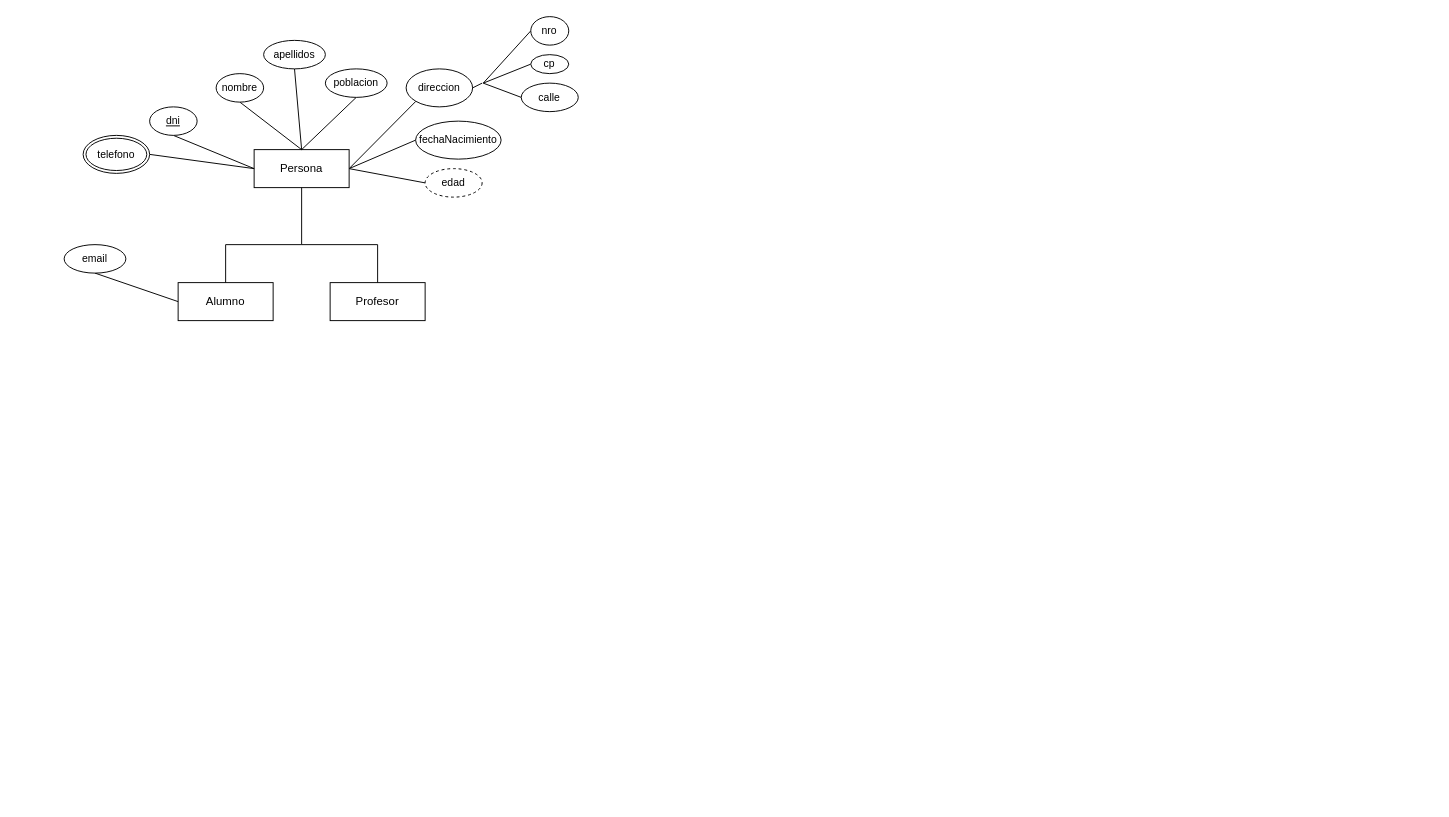
This is BaseDeDatos/practicarparcial1.drawio from Donnie-MS/DiagramasUML-BaseDeDatos-Objetos2, a draw.io file, before an edit. Source tidied: cells renumbered, new cells numbered last; positions are measured from the earlier drawing's top-left corner, leaving out a move shared by most shapes. Both pictures are drawn from the tidied source at 95%, with x=0, y=0 at pixel (64, 16).
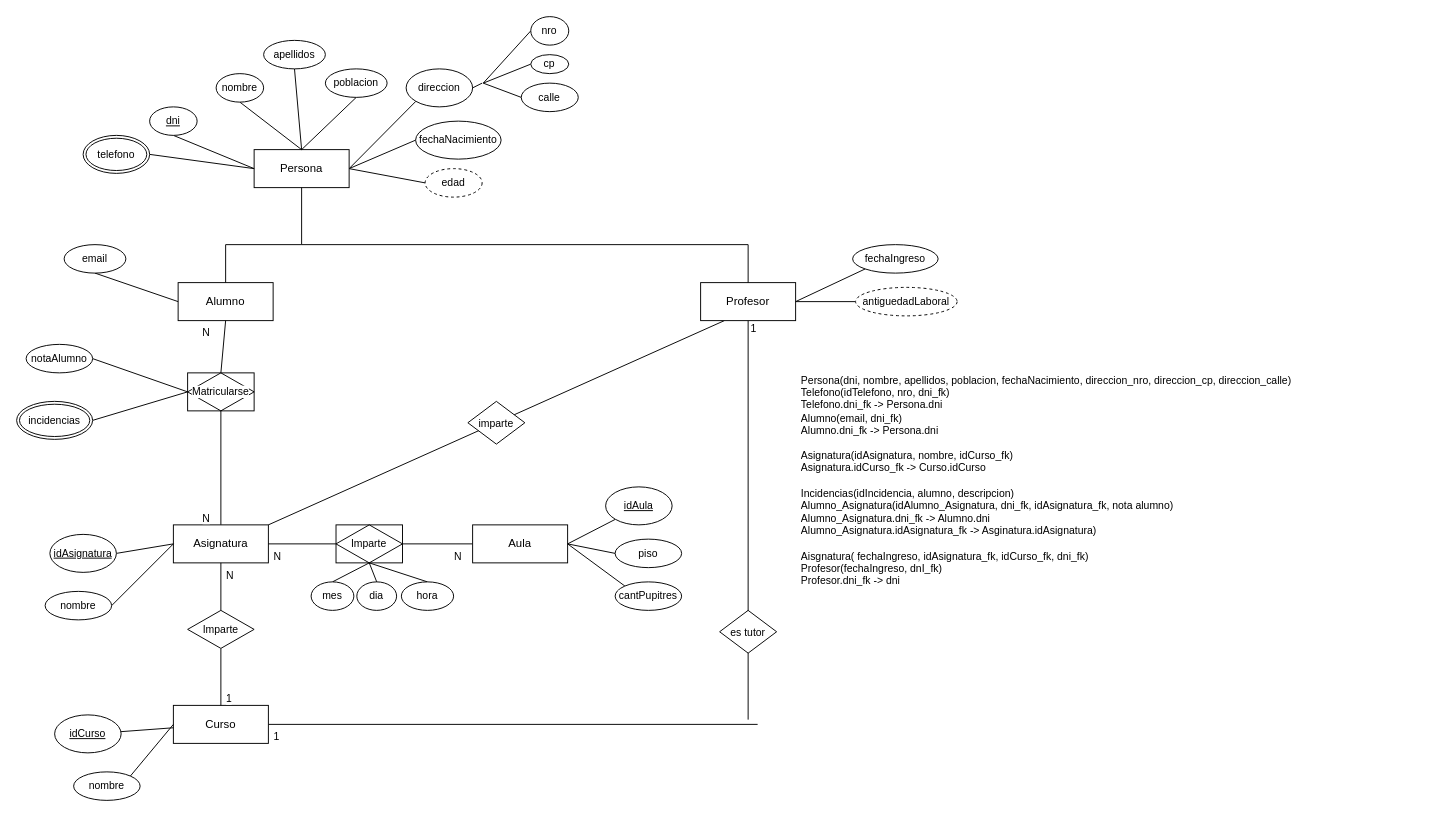
The same page after the edit.

Unchanged cells that the change refers to:
```xml
<mxCell id="2" value="Alumno" style="whiteSpace=wrap;html=1;align=center;" parent="1" vertex="1">
  <mxGeometry x="120" y="280" width="100" height="40" as="geometry" />
</mxCell>
```

Change to the diagram source:
```diff
@@
+    <mxCell id="33" style="edgeStyle=none;shape=connector;rounded=0;jettySize=auto;html=1;exitX=0.5;exitY=1;exitDx=0;exitDy=0;entryX=0.5;entryY=0;entryDx=0;entryDy=0;strokeColor=default;align=center;verticalAlign=middle;fontFamily=Helvetica;fontSize=11;fontColor=default;labelBackgroundColor=default;endArrow=none;" parent="1" edge="1" source="45" target="41">
+      <mxGeometry relative="1" as="geometry" />
+    </mxCell>
@@
+    <mxCell id="34" style="edgeStyle=none;shape=connector;rounded=0;jettySize=auto;html=1;exitX=1;exitY=0.5;exitDx=0;exitDy=0;entryX=0;entryY=0.5;entryDx=0;entryDy=0;strokeColor=default;align=center;verticalAlign=middle;fontFamily=Helvetica;fontSize=11;fontColor=default;labelBackgroundColor=default;endArrow=none;" parent="1" edge="1" source="3" target="38">
+      <mxGeometry relative="1" as="geometry" />
+    </mxCell>
+    <mxCell id="35" style="edgeStyle=none;shape=connector;rounded=0;jettySize=auto;html=1;exitX=0.5;exitY=1;exitDx=0;exitDy=0;strokeColor=default;align=center;verticalAlign=middle;fontFamily=Helvetica;fontSize=11;fontColor=default;labelBackgroundColor=default;endArrow=none;" parent="1" edge="1" source="3">
+      <mxGeometry relative="1" as="geometry">
+        <mxPoint x="720" y="740" as="targetPoint" />
+      </mxGeometry>
+    </mxCell>
+    <mxCell id="36" style="edgeStyle=none;shape=connector;rounded=0;jettySize=auto;html=1;exitX=0.25;exitY=1;exitDx=0;exitDy=0;strokeColor=default;align=center;verticalAlign=middle;fontFamily=Helvetica;fontSize=11;fontColor=default;labelBackgroundColor=default;endArrow=none;entryX=1;entryY=0;entryDx=0;entryDy=0;" parent="1" edge="1" source="3" target="41">
+      <mxGeometry relative="1" as="geometry" />
+    </mxCell>
     <mxCell id="3" value="Profesor" style="whiteSpace=wrap;html=1;align=center;" parent="1" vertex="1">
-      <mxGeometry x="280" y="280" width="100" height="40" as="geometry" />
+      <mxGeometry x="670" y="280" width="100" height="40" as="geometry" />
     </mxCell>
@@
     <mxCell id="9" style="endArrow=none;html=1;rounded=0;strokeColor=default;align=center;verticalAlign=middle;fontFamily=Helvetica;fontSize=11;fontColor=default;labelBackgroundColor=default;exitX=0.5;exitY=0;exitDx=0;exitDy=0;entryX=0.5;entryY=0;entryDx=0;entryDy=0;" parent="1" edge="1" source="2" target="3">
       <mxGeometry relative="1" as="geometry">
         <Array as="points">
           <mxPoint x="170" y="240" />
           <mxPoint x="250" y="240" />
-          <mxPoint x="330" y="240" />
+          <mxPoint x="720" y="240" />
         </Array>
       </mxGeometry>
     </mxCell>
@@
+    <mxCell id="37" value="fechaIngreso" style="ellipse;whiteSpace=wrap;html=1;align=center;fontFamily=Helvetica;fontSize=11;fontColor=default;labelBackgroundColor=default;" parent="1" vertex="1">
+      <mxGeometry x="830" y="240" width="90" height="30" as="geometry" />
+    </mxCell>
+    <mxCell id="38" value="antiguedadLaboral" style="ellipse;whiteSpace=wrap;html=1;align=center;dashed=1;fontFamily=Helvetica;fontSize=11;fontColor=default;labelBackgroundColor=default;" parent="1" vertex="1">
+      <mxGeometry x="833.1" y="285" width="106.9" height="30" as="geometry" />
+    </mxCell>
+    <mxCell id="39" style="edgeStyle=none;shape=connector;rounded=0;jettySize=auto;html=1;exitX=1;exitY=0.5;exitDx=0;exitDy=0;entryX=0;entryY=1;entryDx=0;entryDy=0;strokeColor=default;align=center;verticalAlign=middle;fontFamily=Helvetica;fontSize=11;fontColor=default;labelBackgroundColor=default;endArrow=none;" parent="1" edge="1" source="3" target="37">
+      <mxGeometry relative="1" as="geometry" />
+    </mxCell>
+    <mxCell id="40" style="edgeStyle=none;shape=connector;rounded=0;jettySize=auto;html=1;exitX=1;exitY=0.5;exitDx=0;exitDy=0;entryX=0;entryY=0.5;entryDx=0;entryDy=0;strokeColor=default;align=center;verticalAlign=middle;fontFamily=Helvetica;fontSize=11;fontColor=default;labelBackgroundColor=default;endArrow=none;" parent="1" edge="1" source="75" target="67">
+      <mxGeometry relative="1" as="geometry" />
+    </mxCell>
+    <mxCell id="41" value="Asignatura" style="whiteSpace=wrap;html=1;align=center;" parent="1" vertex="1">
+      <mxGeometry x="115" y="535" width="100" height="40" as="geometry" />
+    </mxCell>
+    <mxCell id="42" value="N" style="text;strokeColor=none;fillColor=none;spacingLeft=4;spacingRight=4;overflow=hidden;fontSize=11;whiteSpace=wrap;html=1;fontFamily=Helvetica;fontColor=default;labelBackgroundColor=default;" parent="1" vertex="1">
+      <mxGeometry x="140" y="515" width="40" height="30" as="geometry" />
+    </mxCell>
+    <mxCell id="43" value="N" style="text;strokeColor=none;fillColor=none;spacingLeft=4;spacingRight=4;overflow=hidden;fontSize=11;whiteSpace=wrap;html=1;fontFamily=Helvetica;fontColor=default;labelBackgroundColor=default;" parent="1" vertex="1">
+      <mxGeometry x="140" y="320" width="40" height="30" as="geometry" />
+    </mxCell>
+    <mxCell id="44" style="edgeStyle=none;shape=connector;rounded=0;jettySize=auto;html=1;exitX=0.5;exitY=1;exitDx=0;exitDy=0;entryX=0.5;entryY=0;entryDx=0;entryDy=0;strokeColor=default;align=center;verticalAlign=middle;fontFamily=Helvetica;fontSize=11;fontColor=default;labelBackgroundColor=default;endArrow=none;" parent="1" edge="1" source="2" target="45">
+      <mxGeometry relative="1" as="geometry" />
+    </mxCell>
+    <mxCell id="45" value="Matricularse" style="shape=associativeEntity;whiteSpace=wrap;html=1;align=center;fontFamily=Helvetica;fontSize=11;fontColor=default;labelBackgroundColor=default;" parent="1" vertex="1">
+      <mxGeometry x="130" y="375" width="70" height="40" as="geometry" />
+    </mxCell>
+    <mxCell id="46" style="edgeStyle=none;shape=connector;rounded=0;jettySize=auto;html=1;exitX=1;exitY=0.5;exitDx=0;exitDy=0;entryX=0;entryY=0.5;entryDx=0;entryDy=0;strokeColor=default;align=center;verticalAlign=middle;fontFamily=Helvetica;fontSize=11;fontColor=default;labelBackgroundColor=default;endArrow=none;" parent="1" edge="1" source="47" target="45">
+      <mxGeometry relative="1" as="geometry" />
+    </mxCell>
+    <mxCell id="47" value="notaAlumno" style="ellipse;whiteSpace=wrap;html=1;align=center;fontFamily=Helvetica;fontSize=11;fontColor=default;labelBackgroundColor=default;" parent="1" vertex="1">
+      <mxGeometry x="-40" y="345" width="70" height="30" as="geometry" />
+    </mxCell>
+    <mxCell id="48" style="edgeStyle=none;shape=connector;rounded=0;jettySize=auto;html=1;exitX=1;exitY=0.5;exitDx=0;exitDy=0;entryX=0;entryY=0.5;entryDx=0;entryDy=0;strokeColor=default;align=center;verticalAlign=middle;fontFamily=Helvetica;fontSize=11;fontColor=default;labelBackgroundColor=default;endArrow=none;" parent="1" edge="1" source="49" target="41">
+      <mxGeometry relative="1" as="geometry" />
+    </mxCell>
+    <mxCell id="49" value="idAsignatura" style="ellipse;whiteSpace=wrap;html=1;align=center;fontStyle=4;fontFamily=Helvetica;fontSize=11;fontColor=default;labelBackgroundColor=default;" parent="1" vertex="1">
+      <mxGeometry x="-15" y="545" width="70" height="40" as="geometry" />
+    </mxCell>
+    <mxCell id="50" style="edgeStyle=none;shape=connector;rounded=0;jettySize=auto;html=1;exitX=1;exitY=0.5;exitDx=0;exitDy=0;strokeColor=default;align=center;verticalAlign=middle;fontFamily=Helvetica;fontSize=11;fontColor=default;labelBackgroundColor=default;endArrow=none;" parent="1" edge="1" source="51">
+      <mxGeometry relative="1" as="geometry">
+        <mxPoint x="130" y="395" as="targetPoint" />
+      </mxGeometry>
+    </mxCell>
+    <mxCell id="51" value="incidencias" style="ellipse;shape=doubleEllipse;margin=3;whiteSpace=wrap;html=1;align=center;fontFamily=Helvetica;fontSize=11;fontColor=default;labelBackgroundColor=default;" parent="1" vertex="1">
+      <mxGeometry x="-50" y="405" width="80" height="40" as="geometry" />
+    </mxCell>
+    <mxCell id="52" style="edgeStyle=none;shape=connector;rounded=0;jettySize=auto;html=1;exitX=0.5;exitY=0;exitDx=0;exitDy=0;entryX=0.5;entryY=1;entryDx=0;entryDy=0;strokeColor=default;align=center;verticalAlign=middle;fontFamily=Helvetica;fontSize=11;fontColor=default;labelBackgroundColor=default;endArrow=none;" parent="1" edge="1" source="62" target="41">
+      <mxGeometry relative="1" as="geometry" />
+    </mxCell>
+    <mxCell id="53" style="edgeStyle=none;shape=connector;rounded=0;jettySize=auto;html=1;exitX=1;exitY=0.5;exitDx=0;exitDy=0;strokeColor=default;align=center;verticalAlign=middle;fontFamily=Helvetica;fontSize=11;fontColor=default;labelBackgroundColor=default;endArrow=none;" parent="1" edge="1" source="54">
+      <mxGeometry relative="1" as="geometry">
+        <mxPoint x="730" y="745" as="targetPoint" />
+      </mxGeometry>
+    </mxCell>
+    <mxCell id="54" value="Curso" style="whiteSpace=wrap;html=1;align=center;" parent="1" vertex="1">
+      <mxGeometry x="115" y="725" width="100" height="40" as="geometry" />
+    </mxCell>
+    <mxCell id="55" style="edgeStyle=none;shape=connector;rounded=0;jettySize=auto;html=1;exitX=1;exitY=0.5;exitDx=0;exitDy=0;entryX=0;entryY=0.5;entryDx=0;entryDy=0;strokeColor=default;align=center;verticalAlign=middle;fontFamily=Helvetica;fontSize=11;fontColor=default;labelBackgroundColor=default;endArrow=none;" parent="1" edge="1" source="56" target="41">
+      <mxGeometry relative="1" as="geometry" />
+    </mxCell>
+    <mxCell id="56" value="nombre" style="ellipse;whiteSpace=wrap;html=1;align=center;fontFamily=Helvetica;fontSize=11;fontColor=default;labelBackgroundColor=default;" parent="1" vertex="1">
+      <mxGeometry x="-20" y="605" width="70" height="30" as="geometry" />
+    </mxCell>
+    <mxCell id="57" style="edgeStyle=none;shape=connector;rounded=0;jettySize=auto;html=1;strokeColor=default;align=center;verticalAlign=middle;fontFamily=Helvetica;fontSize=11;fontColor=default;labelBackgroundColor=default;endArrow=none;" parent="1" edge="1" source="58" target="54">
+      <mxGeometry relative="1" as="geometry" />
+    </mxCell>
+    <mxCell id="58" value="idCurso" style="ellipse;whiteSpace=wrap;html=1;align=center;fontStyle=4;fontFamily=Helvetica;fontSize=11;fontColor=default;labelBackgroundColor=default;" parent="1" vertex="1">
+      <mxGeometry x="-10" y="735" width="70" height="40" as="geometry" />
+    </mxCell>
+    <mxCell id="59" style="edgeStyle=none;shape=connector;rounded=0;jettySize=auto;html=1;exitX=1;exitY=0;exitDx=0;exitDy=0;entryX=0;entryY=0.5;entryDx=0;entryDy=0;strokeColor=default;align=center;verticalAlign=middle;fontFamily=Helvetica;fontSize=11;fontColor=default;labelBackgroundColor=default;endArrow=none;" parent="1" edge="1" source="60" target="54">
+      <mxGeometry relative="1" as="geometry" />
+    </mxCell>
+    <mxCell id="60" value="nombre" style="ellipse;whiteSpace=wrap;html=1;align=center;fontFamily=Helvetica;fontSize=11;fontColor=default;labelBackgroundColor=default;" parent="1" vertex="1">
+      <mxGeometry x="10" y="795" width="70" height="30" as="geometry" />
+    </mxCell>
+    <mxCell id="61" style="edgeStyle=none;shape=connector;rounded=0;jettySize=auto;html=1;exitX=0.5;exitY=0;exitDx=0;exitDy=0;entryX=0.5;entryY=1;entryDx=0;entryDy=0;strokeColor=default;align=center;verticalAlign=middle;fontFamily=Helvetica;fontSize=11;fontColor=default;labelBackgroundColor=default;endArrow=none;" parent="1" edge="1" source="54" target="62">
+      <mxGeometry relative="1" as="geometry" />
+    </mxCell>
+    <mxCell id="62" value="Imparte" style="shape=rhombus;perimeter=rhombusPerimeter;whiteSpace=wrap;html=1;align=center;fontFamily=Helvetica;fontSize=11;fontColor=default;labelBackgroundColor=default;" parent="1" vertex="1">
+      <mxGeometry x="130" y="625" width="70" height="40" as="geometry" />
+    </mxCell>
+    <mxCell id="63" value="N" style="text;strokeColor=none;fillColor=none;spacingLeft=4;spacingRight=4;overflow=hidden;fontSize=11;whiteSpace=wrap;html=1;fontFamily=Helvetica;fontColor=default;labelBackgroundColor=default;" parent="1" vertex="1">
+      <mxGeometry x="165" y="575" width="20" height="30" as="geometry" />
+    </mxCell>
+    <mxCell id="64" value="1" style="text;strokeColor=none;fillColor=none;spacingLeft=4;spacingRight=4;overflow=hidden;fontSize=11;whiteSpace=wrap;html=1;fontFamily=Helvetica;fontColor=default;labelBackgroundColor=default;" parent="1" vertex="1">
+      <mxGeometry x="165" y="705" width="20" height="30" as="geometry" />
+    </mxCell>
+    <mxCell id="65" style="edgeStyle=none;shape=connector;rounded=0;jettySize=auto;html=1;exitX=1;exitY=0.5;exitDx=0;exitDy=0;entryX=0;entryY=0.5;entryDx=0;entryDy=0;strokeColor=default;align=center;verticalAlign=middle;fontFamily=Helvetica;fontSize=11;fontColor=default;labelBackgroundColor=default;endArrow=none;" parent="1" edge="1" source="67" target="70">
+      <mxGeometry relative="1" as="geometry" />
+    </mxCell>
+    <mxCell id="66" style="edgeStyle=none;shape=connector;rounded=0;jettySize=auto;html=1;exitX=1;exitY=0.5;exitDx=0;exitDy=0;entryX=0;entryY=0;entryDx=0;entryDy=0;strokeColor=default;align=center;verticalAlign=middle;fontFamily=Helvetica;fontSize=11;fontColor=default;labelBackgroundColor=default;endArrow=none;" parent="1" edge="1" source="67" target="71">
+      <mxGeometry relative="1" as="geometry" />
+    </mxCell>
+    <mxCell id="67" value="Aula" style="whiteSpace=wrap;html=1;align=center;" parent="1" vertex="1">
+      <mxGeometry x="430" y="535" width="100" height="40" as="geometry" />
+    </mxCell>
+    <mxCell id="68" style="edgeStyle=none;shape=connector;rounded=0;jettySize=auto;html=1;exitX=0;exitY=1;exitDx=0;exitDy=0;entryX=1;entryY=0.5;entryDx=0;entryDy=0;strokeColor=default;align=center;verticalAlign=middle;fontFamily=Helvetica;fontSize=11;fontColor=default;labelBackgroundColor=default;endArrow=none;" parent="1" edge="1" source="69" target="67">
+      <mxGeometry relative="1" as="geometry" />
+    </mxCell>
+    <mxCell id="69" value="idAula" style="ellipse;whiteSpace=wrap;html=1;align=center;fontStyle=4;fontFamily=Helvetica;fontSize=11;fontColor=default;labelBackgroundColor=default;" parent="1" vertex="1">
+      <mxGeometry x="570" y="495" width="70" height="40" as="geometry" />
+    </mxCell>
+    <mxCell id="70" value="piso" style="ellipse;whiteSpace=wrap;html=1;align=center;fontFamily=Helvetica;fontSize=11;fontColor=default;labelBackgroundColor=default;" parent="1" vertex="1">
+      <mxGeometry x="580" y="550" width="70" height="30" as="geometry" />
+    </mxCell>
+    <mxCell id="71" value="cantPupitres" style="ellipse;whiteSpace=wrap;html=1;align=center;fontFamily=Helvetica;fontSize=11;fontColor=default;labelBackgroundColor=default;" parent="1" vertex="1">
+      <mxGeometry x="580" y="595" width="70" height="30" as="geometry" />
+    </mxCell>
+    <mxCell id="72" style="edgeStyle=none;shape=connector;rounded=0;jettySize=auto;html=1;exitX=1;exitY=0.5;exitDx=0;exitDy=0;entryX=0;entryY=0.5;entryDx=0;entryDy=0;strokeColor=default;align=center;verticalAlign=middle;fontFamily=Helvetica;fontSize=11;fontColor=default;labelBackgroundColor=default;endArrow=none;" parent="1" edge="1" source="41" target="75">
+      <mxGeometry relative="1" as="geometry" />
+    </mxCell>
+    <mxCell id="73" value="N" style="text;strokeColor=none;fillColor=none;spacingLeft=4;spacingRight=4;overflow=hidden;fontSize=11;whiteSpace=wrap;html=1;fontFamily=Helvetica;fontColor=default;labelBackgroundColor=default;" parent="1" vertex="1">
+      <mxGeometry x="405" y="555" width="20" height="30" as="geometry" />
+    </mxCell>
+    <mxCell id="74" value="N" style="text;strokeColor=none;fillColor=none;spacingLeft=4;spacingRight=4;overflow=hidden;fontSize=11;whiteSpace=wrap;html=1;fontFamily=Helvetica;fontColor=default;labelBackgroundColor=default;" parent="1" vertex="1">
+      <mxGeometry x="215" y="555" width="20" height="30" as="geometry" />
+    </mxCell>
+    <mxCell id="75" value="Imparte" style="shape=associativeEntity;whiteSpace=wrap;html=1;align=center;fontFamily=Helvetica;fontSize=11;fontColor=default;labelBackgroundColor=default;" parent="1" vertex="1">
+      <mxGeometry x="286.2" y="535" width="70" height="40" as="geometry" />
+    </mxCell>
+    <mxCell id="76" style="edgeStyle=none;shape=connector;rounded=0;jettySize=auto;html=1;exitX=0.5;exitY=0;exitDx=0;exitDy=0;entryX=0.5;entryY=1;entryDx=0;entryDy=0;strokeColor=default;align=center;verticalAlign=middle;fontFamily=Helvetica;fontSize=11;fontColor=default;labelBackgroundColor=default;endArrow=none;" parent="1" edge="1" source="77" target="75">
+      <mxGeometry relative="1" as="geometry" />
+    </mxCell>
+    <mxCell id="77" value="mes" style="ellipse;whiteSpace=wrap;html=1;align=center;fontFamily=Helvetica;fontSize=11;fontColor=default;labelBackgroundColor=default;" parent="1" vertex="1">
+      <mxGeometry x="260" y="595" width="45" height="30" as="geometry" />
+    </mxCell>
+    <mxCell id="78" style="edgeStyle=none;shape=connector;rounded=0;jettySize=auto;html=1;exitX=0.5;exitY=0;exitDx=0;exitDy=0;entryX=0.5;entryY=1;entryDx=0;entryDy=0;strokeColor=default;align=center;verticalAlign=middle;fontFamily=Helvetica;fontSize=11;fontColor=default;labelBackgroundColor=default;endArrow=none;" parent="1" edge="1" source="79" target="75">
+      <mxGeometry relative="1" as="geometry" />
+    </mxCell>
+    <mxCell id="79" value="dia" style="ellipse;whiteSpace=wrap;html=1;align=center;fontFamily=Helvetica;fontSize=11;fontColor=default;labelBackgroundColor=default;" parent="1" vertex="1">
+      <mxGeometry x="308.1" y="595" width="41.9" height="30" as="geometry" />
+    </mxCell>
+    <mxCell id="80" style="edgeStyle=none;shape=connector;rounded=0;jettySize=auto;html=1;exitX=0.5;exitY=0;exitDx=0;exitDy=0;entryX=0.5;entryY=1;entryDx=0;entryDy=0;strokeColor=default;align=center;verticalAlign=middle;fontFamily=Helvetica;fontSize=11;fontColor=default;labelBackgroundColor=default;endArrow=none;" parent="1" edge="1" source="81" target="75">
+      <mxGeometry relative="1" as="geometry" />
+    </mxCell>
+    <mxCell id="81" value="hora" style="ellipse;whiteSpace=wrap;html=1;align=center;fontFamily=Helvetica;fontSize=11;fontColor=default;labelBackgroundColor=default;" parent="1" vertex="1">
+      <mxGeometry x="355" y="595" width="55" height="30" as="geometry" />
+    </mxCell>
+    <mxCell id="82" value="1" style="text;strokeColor=none;fillColor=none;spacingLeft=4;spacingRight=4;overflow=hidden;fontSize=11;whiteSpace=wrap;html=1;fontFamily=Helvetica;fontColor=default;labelBackgroundColor=default;" parent="1" vertex="1">
+      <mxGeometry x="215" y="745" width="20" height="30" as="geometry" />
+    </mxCell>
+    <mxCell id="83" value="1" style="text;strokeColor=none;fillColor=none;spacingLeft=4;spacingRight=4;overflow=hidden;fontSize=11;whiteSpace=wrap;html=1;fontFamily=Helvetica;fontColor=default;labelBackgroundColor=default;" parent="1" vertex="1">
+      <mxGeometry x="717" y="315" width="20" height="30" as="geometry" />
+    </mxCell>
+    <mxCell id="84" value="es tutor" style="shape=rhombus;perimeter=rhombusPerimeter;whiteSpace=wrap;html=1;align=center;fontFamily=Helvetica;fontSize=11;fontColor=default;labelBackgroundColor=default;" parent="1" vertex="1">
+      <mxGeometry x="690" y="625" width="60" height="45" as="geometry" />
+    </mxCell>
+    <mxCell id="85" value="imparte" style="shape=rhombus;perimeter=rhombusPerimeter;whiteSpace=wrap;html=1;align=center;fontFamily=Helvetica;fontSize=11;fontColor=default;labelBackgroundColor=default;" parent="1" vertex="1">
+      <mxGeometry x="425" y="405" width="60" height="45" as="geometry" />
+    </mxCell>
+    <mxCell id="86" value="Persona(dni, nombre, apellidos, poblacion, fechaNacimiento, direccion_nro, direccion_cp, direccion_calle)&lt;div&gt;Telefono(idTelefono, nro, dni_fk)&lt;/div&gt;&lt;div&gt;Telefono.dni_fk -&amp;gt; Persona.dni&lt;/div&gt;&lt;div&gt;Alumno(email, dni_fk)&lt;/div&gt;&lt;div&gt;Alumno.dni_fk -&amp;gt; Persona.dni&lt;/div&gt;&lt;div&gt;&lt;br&gt;&lt;/div&gt;&lt;div&gt;&lt;span style=&quot;background-color: light-dark(#ffffff, var(--ge-dark-color, #121212)); color: light-dark(rgb(0, 0, 0), rgb(255, 255, 255));&quot;&gt;Asignatura(idAsignatura, nombre, idCurso_fk)&lt;/span&gt;&lt;/div&gt;&lt;div&gt;&lt;div&gt;Asignatura.idCurso_fk -&amp;gt; Curso.idCurso&lt;/div&gt;&lt;div&gt;&lt;br&gt;&lt;/div&gt;&lt;/div&gt;&lt;div&gt;Incidencias(idIncidencia, alumno, descripcion)&lt;/div&gt;&lt;div&gt;Alumno_Asignatura(idAlumno_Asignatura, dni_fk, idAsignatura_fk, nota alumno)&lt;/div&gt;&lt;div&gt;Alumno_Asignatura.dni_fk -&amp;gt; Alumno.dni&lt;/div&gt;&lt;div&gt;Alumno_Asignatura.idAsignatura_fk -&amp;gt; Asginatura.idAsignatura)&lt;/div&gt;&lt;div&gt;&lt;br&gt;&lt;/div&gt;&lt;div&gt;&lt;div&gt;Aisgnatura( fechaIngreso, idAsignatura_fk, idCurso_fk, dni_fk)&lt;/div&gt;&lt;/div&gt;&lt;div&gt;Profesor(fechaIngreso, dnI_fk)&lt;/div&gt;&lt;div&gt;Profesor.dni_fk -&amp;gt; dni&lt;/div&gt;&lt;div&gt;&lt;br&gt;&lt;/div&gt;&lt;div&gt;&lt;br&gt;&lt;/div&gt;&lt;div&gt;&lt;br&gt;&lt;/div&gt;&lt;div&gt;&lt;br&gt;&lt;/div&gt;" style="text;strokeColor=none;fillColor=none;spacingLeft=4;spacingRight=4;overflow=hidden;fontSize=11;whiteSpace=wrap;html=1;fontFamily=Helvetica;fontColor=default;labelBackgroundColor=default;" parent="1" vertex="1">
+      <mxGeometry x="770" y="370" width="670" height="280" as="geometry" />
+    </mxCell>
```
